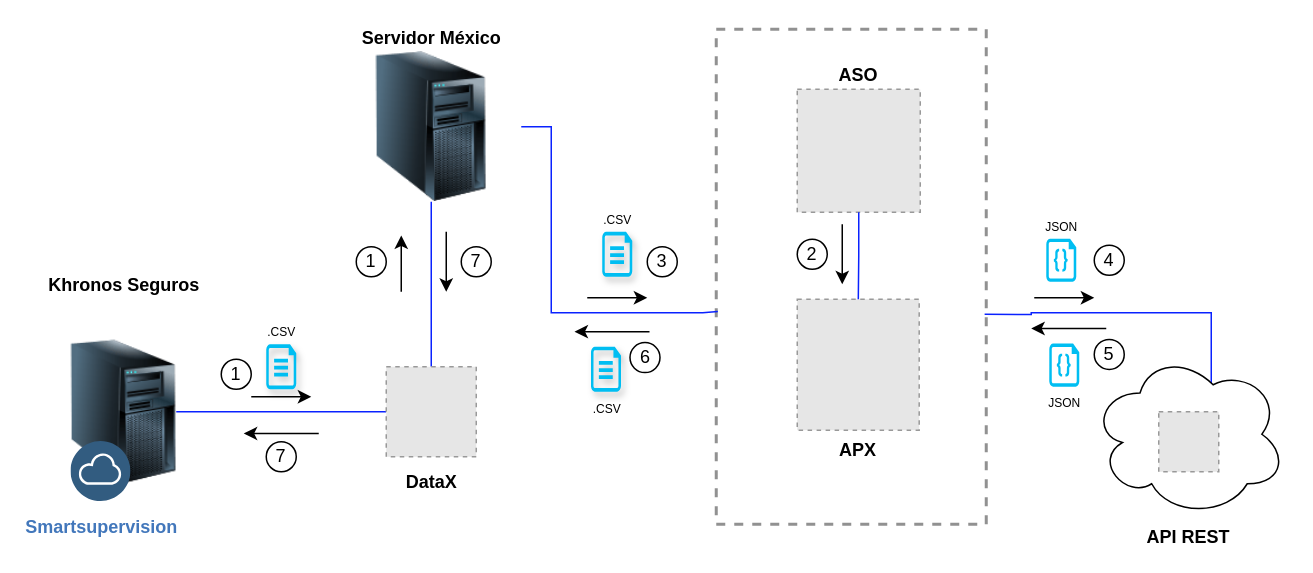
This is Khronos.drawio from PLATYPUSCO007/DRAWIO, a draw.io file, before an edit. Source tidied: cells renumbered, new cells numbered last; positions are measured from the earlier drawing's top-left corner, leaving out a move shared by most shapes. Both pictures are drawn from the tidied source at 150%, with x=0, y=0 at pixel (70, 28). Pictures stored in the file or linked from it are replaced by grey dashed boxes.
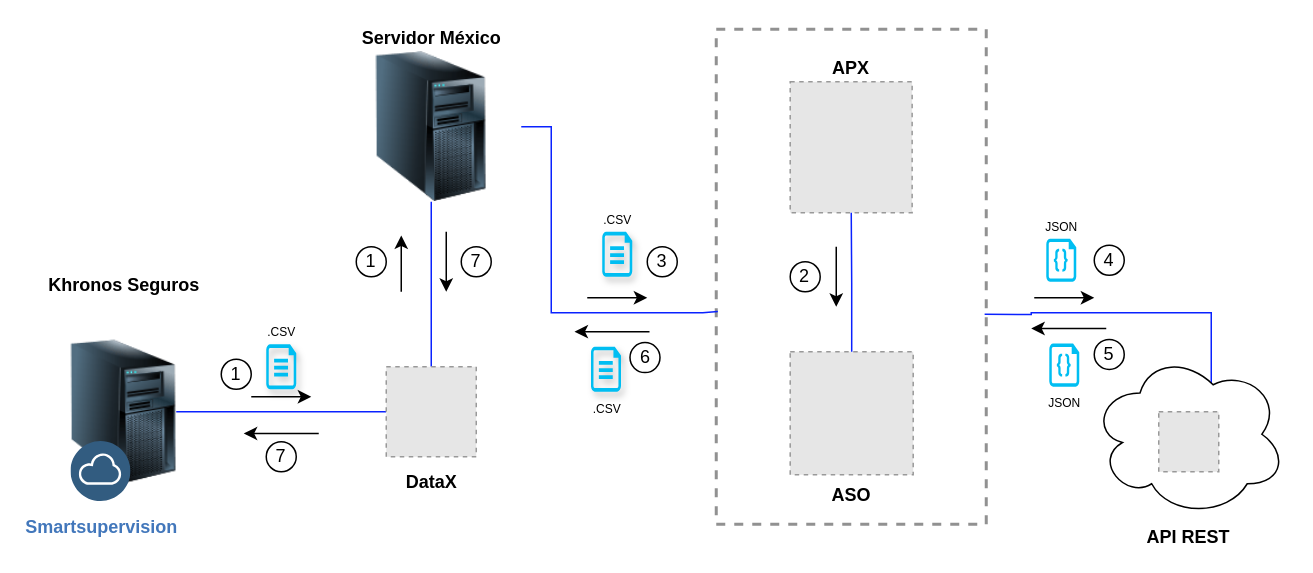
After the change.

Unchanged cells that the change refers to:
```xml
<mxCell id="2" style="fontStyle=0;verticalAlign=top;align=center;spacingTop=-2;fillColor=none;rounded=0;whiteSpace=wrap;html=1;strokeColor=#919191;strokeWidth=2;dashed=1;" parent="1" vertex="1">
  <mxGeometry x="430" width="180" height="330" as="geometry" />
</mxCell>
```

What changed in the source:
```diff
@@
-    <mxCell id="3" value="ASO" style="fillColor=#E6E6E6;strokeColor=#999999;dashed=1;verticalLabelPosition=top;labelBackgroundColor=default;verticalAlign=bottom;labelPosition=center;align=center;fontStyle=1;" parent="2" vertex="1">
-      <mxGeometry x="54" y="40" width="82" height="82" as="geometry" />
+    <mxCell id="3" value="ASO" style="fillColor=#E6E6E6;strokeColor=#999999;dashed=1;verticalLabelPosition=bottom;labelBackgroundColor=default;verticalAlign=top;labelPosition=center;align=center;fontStyle=1;" parent="2" vertex="1">
+      <mxGeometry x="49.3" y="215" width="82" height="82" as="geometry" />
     </mxCell>
-    <mxCell id="4" value="APX" style="fillColor=#E6E6E6;strokeColor=#999999;dashed=1;verticalLabelPosition=bottom;labelBackgroundColor=default;verticalAlign=top;labelPosition=center;align=center;fontStyle=1;" parent="2" vertex="1">
-      <mxGeometry x="54" y="180" width="81.3" height="87.3" as="geometry" />
+    <mxCell id="4" value="APX" style="fillColor=#E6E6E6;strokeColor=#999999;dashed=1;verticalLabelPosition=top;labelBackgroundColor=default;verticalAlign=bottom;labelPosition=center;align=center;fontStyle=1;" parent="2" vertex="1">
+      <mxGeometry x="49.3" y="35" width="81.3" height="87.3" as="geometry" />
     </mxCell>
@@
     <mxCell id="6" style="endArrow=classic;html=1;rounded=0;" parent="2" edge="1">
       <mxGeometry relative="1" as="geometry">
-        <mxPoint x="84" y="130" as="sourcePoint" />
-        <mxPoint x="84" y="170" as="targetPoint" />
+        <mxPoint x="80" y="145" as="sourcePoint" />
+        <mxPoint x="80" y="185" as="targetPoint" />
       </mxGeometry>
     </mxCell>
     <mxCell id="7" value="2" style="ellipse;whiteSpace=wrap;html=1;" parent="2" vertex="1">
-      <mxGeometry x="54" y="140" width="20" height="20" as="geometry" />
+      <mxGeometry x="49.3" y="155" width="20" height="20" as="geometry" />
     </mxCell>
```
